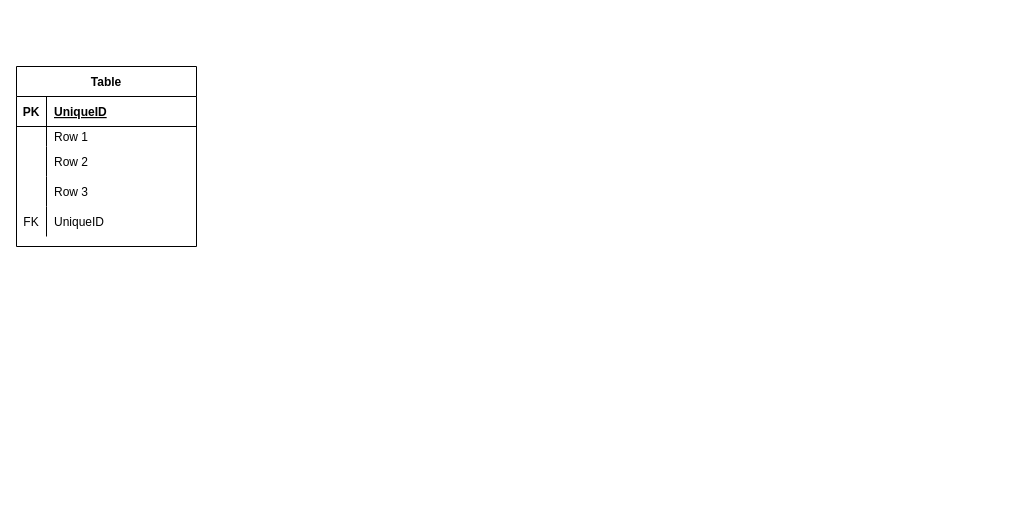
This is Draft_db.drawio from solimooes/Notarex, a draw.io file, before an edit. Source tidied: cells renumbered, new cells numbered last; positions are measured from the earlier drawing's top-left corner, leaving out a move shared by most shapes. Both pictures are drawn from the tidied source at 100%, with x=0, y=0 at pixel (16, 66).
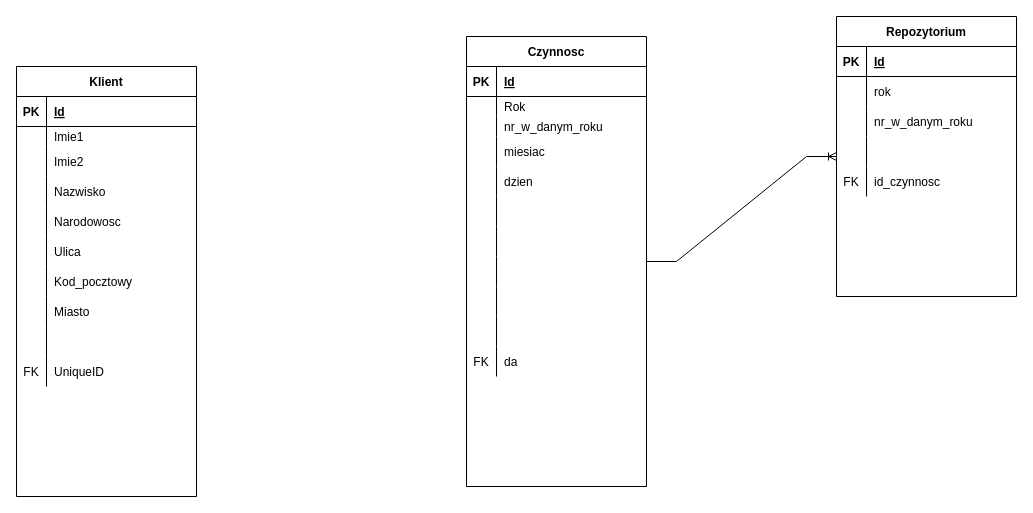
After the change.

The change refers to these unchanged cells:
```xml
<mxCell id="3" style="shape=tableRow;horizontal=0;startSize=0;swimlaneHead=0;swimlaneBody=0;fillColor=none;top=0;left=0;right=0;bottom=1;" parent="2" vertex="1">
  <mxGeometry y="30" width="180" height="30" as="geometry" />
</mxCell>
<mxCell id="6" style="shape=tableRow;horizontal=0;startSize=0;swimlaneHead=0;swimlaneBody=0;fillColor=none;top=0;left=0;right=0;bottom=0;" parent="2" vertex="1">
  <mxGeometry y="60" width="180" height="20" as="geometry" />
</mxCell>
<mxCell id="9" style="shape=tableRow;horizontal=0;startSize=0;swimlaneHead=0;swimlaneBody=0;fillColor=none;top=0;left=0;right=0;bottom=0;" parent="2" vertex="1">
  <mxGeometry y="80" width="180" height="30" as="geometry" />
</mxCell>
```

The edit, as a diff of the source:
```diff
@@
-    <mxCell id="2" value="Table" style="shape=table;startSize=30;childLayout=tableLayout;rowLines=0;fontStyle=1;align=center;" parent="1" vertex="1">
-      <mxGeometry width="180" height="180" as="geometry" />
+    <mxCell id="2" value="Klient" style="shape=table;startSize=30;childLayout=tableLayout;rowLines=0;fontStyle=1;align=center;" parent="1" vertex="1">
+      <mxGeometry width="180" height="430" as="geometry" />
     </mxCell>
@@
-    <mxCell id="5" value="UniqueID" style="shape=partialRectangle;fillColor=none;top=0;left=0;bottom=0;right=0;align=left;spacingLeft=6;fontStyle=5;overflow=hidden;" parent="3" vertex="1">
+    <mxCell id="5" value="Id" style="shape=partialRectangle;fillColor=none;top=0;left=0;bottom=0;right=0;align=left;spacingLeft=6;fontStyle=5;overflow=hidden;" parent="3" vertex="1">
       <mxGeometry x="30" width="150" height="30" as="geometry" />
     </mxCell>
@@
-    <mxCell id="8" value="Row 1" style="shape=partialRectangle;fillColor=none;top=0;left=0;bottom=0;right=0;align=left;spacingLeft=6;overflow=hidden;" parent="6" vertex="1">
+    <mxCell id="8" value="Imie1" style="shape=partialRectangle;fillColor=none;top=0;left=0;bottom=0;right=0;align=left;spacingLeft=6;overflow=hidden;" parent="6" vertex="1">
       <mxGeometry x="30" width="150" height="20" as="geometry" />
     </mxCell>
@@
-    <mxCell id="11" value="Row 2" style="shape=partialRectangle;fillColor=none;top=0;left=0;bottom=0;right=0;align=left;spacingLeft=6;overflow=hidden;" parent="9" vertex="1">
+    <mxCell id="11" value="Imie2" style="shape=partialRectangle;fillColor=none;top=0;left=0;bottom=0;right=0;align=left;spacingLeft=6;overflow=hidden;" parent="9" vertex="1">
       <mxGeometry x="30" width="150" height="30" as="geometry" />
     </mxCell>
+    <mxCell id="18" style="shape=tableRow;horizontal=0;startSize=0;swimlaneHead=0;swimlaneBody=0;fillColor=none;top=0;left=0;right=0;bottom=0;" parent="2" vertex="1">
+      <mxGeometry y="110" width="180" height="30" as="geometry" />
+    </mxCell>
+    <mxCell id="19" style="shape=partialRectangle;fillColor=none;top=0;left=0;bottom=0;right=0;overflow=hidden;" parent="18" vertex="1">
+      <mxGeometry width="30" height="30" as="geometry" />
+    </mxCell>
+    <mxCell id="20" value="Nazwisko" style="shape=partialRectangle;fillColor=none;top=0;left=0;bottom=0;right=0;align=left;spacingLeft=6;overflow=hidden;" parent="18" vertex="1">
+      <mxGeometry x="30" width="150" height="30" as="geometry" />
+    </mxCell>
+    <mxCell id="21" style="shape=tableRow;horizontal=0;startSize=0;swimlaneHead=0;swimlaneBody=0;fillColor=none;top=0;left=0;right=0;bottom=0;" parent="2" vertex="1">
+      <mxGeometry y="140" width="180" height="30" as="geometry" />
+    </mxCell>
+    <mxCell id="22" style="shape=partialRectangle;fillColor=none;top=0;left=0;bottom=0;right=0;overflow=hidden;" parent="21" vertex="1">
+      <mxGeometry width="30" height="30" as="geometry" />
+    </mxCell>
+    <mxCell id="23" value="Narodowosc    " style="shape=partialRectangle;fillColor=none;top=0;left=0;bottom=0;right=0;align=left;spacingLeft=6;overflow=hidden;" parent="21" vertex="1">
+      <mxGeometry x="30" width="150" height="30" as="geometry" />
+    </mxCell>
+    <mxCell id="24" style="shape=tableRow;horizontal=0;startSize=0;swimlaneHead=0;swimlaneBody=0;fillColor=none;top=0;left=0;right=0;bottom=0;" parent="2" vertex="1">
+      <mxGeometry y="170" width="180" height="30" as="geometry" />
+    </mxCell>
+    <mxCell id="25" style="shape=partialRectangle;fillColor=none;top=0;left=0;bottom=0;right=0;overflow=hidden;" parent="24" vertex="1">
+      <mxGeometry width="30" height="30" as="geometry" />
+    </mxCell>
+    <mxCell id="26" value="Ulica" style="shape=partialRectangle;fillColor=none;top=0;left=0;bottom=0;right=0;align=left;spacingLeft=6;overflow=hidden;" parent="24" vertex="1">
+      <mxGeometry x="30" width="150" height="30" as="geometry" />
+    </mxCell>
+    <mxCell id="27" style="shape=tableRow;horizontal=0;startSize=0;swimlaneHead=0;swimlaneBody=0;fillColor=none;top=0;left=0;right=0;bottom=0;" parent="2" vertex="1">
+      <mxGeometry y="200" width="180" height="30" as="geometry" />
+    </mxCell>
+    <mxCell id="28" style="shape=partialRectangle;fillColor=none;top=0;left=0;bottom=0;right=0;overflow=hidden;" parent="27" vertex="1">
+      <mxGeometry width="30" height="30" as="geometry" />
+    </mxCell>
+    <mxCell id="29" value="Kod_pocztowy" style="shape=partialRectangle;fillColor=none;top=0;left=0;bottom=0;right=0;align=left;spacingLeft=6;overflow=hidden;" parent="27" vertex="1">
+      <mxGeometry x="30" width="150" height="30" as="geometry" />
+    </mxCell>
+    <mxCell id="30" style="shape=tableRow;horizontal=0;startSize=0;swimlaneHead=0;swimlaneBody=0;fillColor=none;top=0;left=0;right=0;bottom=0;" parent="2" vertex="1">
+      <mxGeometry y="230" width="180" height="30" as="geometry" />
+    </mxCell>
+    <mxCell id="31" style="shape=partialRectangle;fillColor=none;top=0;left=0;bottom=0;right=0;overflow=hidden;" parent="30" vertex="1">
+      <mxGeometry width="30" height="30" as="geometry" />
+    </mxCell>
+    <mxCell id="32" value="Miasto" style="shape=partialRectangle;fillColor=none;top=0;left=0;bottom=0;right=0;align=left;spacingLeft=6;overflow=hidden;" parent="30" vertex="1">
+      <mxGeometry x="30" width="150" height="30" as="geometry" />
+    </mxCell>
     <mxCell id="12" style="shape=tableRow;horizontal=0;startSize=0;swimlaneHead=0;swimlaneBody=0;fillColor=none;top=0;left=0;right=0;bottom=0;" parent="2" vertex="1">
-      <mxGeometry y="110" width="180" height="30" as="geometry" />
+      <mxGeometry y="260" width="180" height="30" as="geometry" />
     </mxCell>
@@
-    <mxCell id="14" value="Row 3" style="shape=partialRectangle;fillColor=none;top=0;left=0;bottom=0;right=0;align=left;spacingLeft=6;overflow=hidden;" parent="12" vertex="1">
+    <mxCell id="14" style="shape=partialRectangle;fillColor=none;top=0;left=0;bottom=0;right=0;align=left;spacingLeft=6;overflow=hidden;" parent="12" vertex="1">
       <mxGeometry x="30" width="150" height="30" as="geometry" />
     </mxCell>
     <mxCell id="15" style="shape=tableRow;horizontal=0;startSize=0;swimlaneHead=0;swimlaneBody=0;fillColor=none;top=0;left=0;right=0;bottom=0;" parent="2" vertex="1">
-      <mxGeometry y="140" width="180" height="30" as="geometry" />
+      <mxGeometry y="290" width="180" height="30" as="geometry" />
     </mxCell>
@@
+    <mxCell id="33" value="Czynnosc" style="shape=table;startSize=30;childLayout=tableLayout;rowLines=0;fontStyle=1;align=center;" parent="1" vertex="1">
+      <mxGeometry x="450" y="-30" width="180" height="450" as="geometry" />
+    </mxCell>
+    <mxCell id="34" style="shape=tableRow;horizontal=0;startSize=0;swimlaneHead=0;swimlaneBody=0;fillColor=none;top=0;left=0;right=0;bottom=1;" parent="33" vertex="1">
+      <mxGeometry y="30" width="180" height="30" as="geometry" />
+    </mxCell>
+    <mxCell id="35" value="PK" style="shape=partialRectangle;fillColor=none;top=0;left=0;bottom=0;right=0;fontStyle=1;overflow=hidden;" parent="34" vertex="1">
+      <mxGeometry width="30" height="30" as="geometry" />
+    </mxCell>
+    <mxCell id="36" value="Id" style="shape=partialRectangle;fillColor=none;top=0;left=0;bottom=0;right=0;align=left;spacingLeft=6;fontStyle=5;overflow=hidden;" parent="34" vertex="1">
+      <mxGeometry x="30" width="150" height="30" as="geometry" />
+    </mxCell>
+    <mxCell id="37" style="shape=tableRow;horizontal=0;startSize=0;swimlaneHead=0;swimlaneBody=0;fillColor=none;top=0;left=0;right=0;bottom=0;" parent="33" vertex="1">
+      <mxGeometry y="60" width="180" height="20" as="geometry" />
+    </mxCell>
+    <mxCell id="38" style="shape=partialRectangle;fillColor=none;top=0;left=0;bottom=0;right=0;overflow=hidden;" parent="37" vertex="1">
+      <mxGeometry width="30" height="20" as="geometry" />
+    </mxCell>
+    <mxCell id="39" value="Rok" style="shape=partialRectangle;fillColor=none;top=0;left=0;bottom=0;right=0;align=left;spacingLeft=6;overflow=hidden;" parent="37" vertex="1">
+      <mxGeometry x="30" width="150" height="20" as="geometry" />
+    </mxCell>
+    <mxCell id="40" style="shape=tableRow;horizontal=0;startSize=0;swimlaneHead=0;swimlaneBody=0;fillColor=none;top=0;left=0;right=0;bottom=0;" parent="33" vertex="1">
+      <mxGeometry y="80" width="180" height="20" as="geometry" />
+    </mxCell>
+    <mxCell id="41" style="shape=partialRectangle;fillColor=none;top=0;left=0;bottom=0;right=0;overflow=hidden;" parent="40" vertex="1">
+      <mxGeometry width="30" height="20" as="geometry" />
+    </mxCell>
+    <mxCell id="42" value="nr_w_danym_roku" style="shape=partialRectangle;fillColor=none;top=0;left=0;bottom=0;right=0;align=left;spacingLeft=6;overflow=hidden;" parent="40" vertex="1">
+      <mxGeometry x="30" width="150" height="20" as="geometry" />
+    </mxCell>
+    <mxCell id="43" style="shape=tableRow;horizontal=0;startSize=0;swimlaneHead=0;swimlaneBody=0;fillColor=none;top=0;left=0;right=0;bottom=0;" parent="33" vertex="1">
+      <mxGeometry y="100" width="180" height="30" as="geometry" />
+    </mxCell>
+    <mxCell id="44" style="shape=partialRectangle;fillColor=none;top=0;left=0;bottom=0;right=0;overflow=hidden;" parent="43" vertex="1">
+      <mxGeometry width="30" height="30" as="geometry" />
+    </mxCell>
+    <mxCell id="45" value="miesiac" style="shape=partialRectangle;fillColor=none;top=0;left=0;bottom=0;right=0;align=left;spacingLeft=6;overflow=hidden;" parent="43" vertex="1">
+      <mxGeometry x="30" width="150" height="30" as="geometry" />
+    </mxCell>
+    <mxCell id="46" style="shape=tableRow;horizontal=0;startSize=0;swimlaneHead=0;swimlaneBody=0;fillColor=none;top=0;left=0;right=0;bottom=0;" parent="33" vertex="1">
+      <mxGeometry y="130" width="180" height="30" as="geometry" />
+    </mxCell>
+    <mxCell id="47" style="shape=partialRectangle;fillColor=none;top=0;left=0;bottom=0;right=0;overflow=hidden;" parent="46" vertex="1">
+      <mxGeometry width="30" height="30" as="geometry" />
+    </mxCell>
+    <mxCell id="48" value="dzien" style="shape=partialRectangle;fillColor=none;top=0;left=0;bottom=0;right=0;align=left;spacingLeft=6;overflow=hidden;" parent="46" vertex="1">
+      <mxGeometry x="30" width="150" height="30" as="geometry" />
+    </mxCell>
+    <mxCell id="49" style="shape=tableRow;horizontal=0;startSize=0;swimlaneHead=0;swimlaneBody=0;fillColor=none;top=0;left=0;right=0;bottom=0;" parent="33" vertex="1">
+      <mxGeometry y="160" width="180" height="30" as="geometry" />
+    </mxCell>
+    <mxCell id="50" style="shape=partialRectangle;fillColor=none;top=0;left=0;bottom=0;right=0;overflow=hidden;" parent="49" vertex="1">
+      <mxGeometry width="30" height="30" as="geometry" />
+    </mxCell>
+    <mxCell id="51" style="shape=partialRectangle;fillColor=none;top=0;left=0;bottom=0;right=0;align=left;spacingLeft=6;overflow=hidden;" parent="49" vertex="1">
+      <mxGeometry x="30" width="150" height="30" as="geometry" />
+    </mxCell>
+    <mxCell id="52" style="shape=tableRow;horizontal=0;startSize=0;swimlaneHead=0;swimlaneBody=0;fillColor=none;top=0;left=0;right=0;bottom=0;" parent="33" vertex="1">
+      <mxGeometry y="190" width="180" height="30" as="geometry" />
+    </mxCell>
+    <mxCell id="53" style="shape=partialRectangle;fillColor=none;top=0;left=0;bottom=0;right=0;overflow=hidden;" parent="52" vertex="1">
+      <mxGeometry width="30" height="30" as="geometry" />
+    </mxCell>
+    <mxCell id="54" style="shape=partialRectangle;fillColor=none;top=0;left=0;bottom=0;right=0;align=left;spacingLeft=6;overflow=hidden;" parent="52" vertex="1">
+      <mxGeometry x="30" width="150" height="30" as="geometry" />
+    </mxCell>
+    <mxCell id="55" style="shape=tableRow;horizontal=0;startSize=0;swimlaneHead=0;swimlaneBody=0;fillColor=none;top=0;left=0;right=0;bottom=0;" parent="33" vertex="1">
+      <mxGeometry y="220" width="180" height="30" as="geometry" />
+    </mxCell>
+    <mxCell id="56" style="shape=partialRectangle;fillColor=none;top=0;left=0;bottom=0;right=0;overflow=hidden;" parent="55" vertex="1">
+      <mxGeometry width="30" height="30" as="geometry" />
+    </mxCell>
+    <mxCell id="57" style="shape=partialRectangle;fillColor=none;top=0;left=0;bottom=0;right=0;align=left;spacingLeft=6;overflow=hidden;" parent="55" vertex="1">
+      <mxGeometry x="30" width="150" height="30" as="geometry" />
+    </mxCell>
+    <mxCell id="58" style="shape=tableRow;horizontal=0;startSize=0;swimlaneHead=0;swimlaneBody=0;fillColor=none;top=0;left=0;right=0;bottom=0;" parent="33" vertex="1">
+      <mxGeometry y="250" width="180" height="30" as="geometry" />
+    </mxCell>
+    <mxCell id="59" style="shape=partialRectangle;fillColor=none;top=0;left=0;bottom=0;right=0;overflow=hidden;" parent="58" vertex="1">
+      <mxGeometry width="30" height="30" as="geometry" />
+    </mxCell>
+    <mxCell id="60" style="shape=partialRectangle;fillColor=none;top=0;left=0;bottom=0;right=0;align=left;spacingLeft=6;overflow=hidden;" parent="58" vertex="1">
+      <mxGeometry x="30" width="150" height="30" as="geometry" />
+    </mxCell>
+    <mxCell id="61" style="shape=tableRow;horizontal=0;startSize=0;swimlaneHead=0;swimlaneBody=0;fillColor=none;top=0;left=0;right=0;bottom=0;" parent="33" vertex="1">
+      <mxGeometry y="280" width="180" height="30" as="geometry" />
+    </mxCell>
+    <mxCell id="62" style="shape=partialRectangle;fillColor=none;top=0;left=0;bottom=0;right=0;overflow=hidden;" parent="61" vertex="1">
+      <mxGeometry width="30" height="30" as="geometry" />
+    </mxCell>
+    <mxCell id="63" style="shape=partialRectangle;fillColor=none;top=0;left=0;bottom=0;right=0;align=left;spacingLeft=6;overflow=hidden;" parent="61" vertex="1">
+      <mxGeometry x="30" width="150" height="30" as="geometry" />
+    </mxCell>
+    <mxCell id="64" style="shape=tableRow;horizontal=0;startSize=0;swimlaneHead=0;swimlaneBody=0;fillColor=none;top=0;left=0;right=0;bottom=0;" parent="33" vertex="1">
+      <mxGeometry y="310" width="180" height="30" as="geometry" />
+    </mxCell>
+    <mxCell id="65" value="FK" style="shape=partialRectangle;fillColor=none;top=0;left=0;bottom=0;right=0;fontStyle=0;overflow=hidden;" parent="64" vertex="1">
+      <mxGeometry width="30" height="30" as="geometry" />
+    </mxCell>
+    <mxCell id="66" value="da" style="shape=partialRectangle;fillColor=none;top=0;left=0;bottom=0;right=0;align=left;spacingLeft=6;fontStyle=0;overflow=hidden;" parent="64" vertex="1">
+      <mxGeometry x="30" width="150" height="30" as="geometry" />
+    </mxCell>
+    <mxCell id="67" value="Repozytorium" style="shape=table;startSize=30;childLayout=tableLayout;rowLines=0;fontStyle=1;align=center;" parent="1" vertex="1">
+      <mxGeometry x="820" y="-50" width="180" height="280" as="geometry" />
+    </mxCell>
+    <mxCell id="68" style="shape=tableRow;horizontal=0;startSize=0;swimlaneHead=0;swimlaneBody=0;fillColor=none;top=0;left=0;right=0;bottom=1;" parent="67" vertex="1">
+      <mxGeometry y="30" width="180" height="30" as="geometry" />
+    </mxCell>
+    <mxCell id="69" value="PK" style="shape=partialRectangle;fillColor=none;top=0;left=0;bottom=0;right=0;fontStyle=1;overflow=hidden;" parent="68" vertex="1">
+      <mxGeometry width="30" height="30" as="geometry" />
+    </mxCell>
+    <mxCell id="70" value="Id" style="shape=partialRectangle;fillColor=none;top=0;left=0;bottom=0;right=0;align=left;spacingLeft=6;fontStyle=5;overflow=hidden;" parent="68" vertex="1">
+      <mxGeometry x="30" width="150" height="30" as="geometry" />
+    </mxCell>
+    <mxCell id="71" style="shape=tableRow;horizontal=0;startSize=0;swimlaneHead=0;swimlaneBody=0;fillColor=none;top=0;left=0;right=0;bottom=0;" parent="67" vertex="1">
+      <mxGeometry y="60" width="180" height="30" as="geometry" />
+    </mxCell>
+    <mxCell id="72" style="shape=partialRectangle;fillColor=none;top=0;left=0;bottom=0;right=0;overflow=hidden;" parent="71" vertex="1">
+      <mxGeometry width="30" height="30" as="geometry" />
+    </mxCell>
+    <mxCell id="73" value="rok" style="shape=partialRectangle;fillColor=none;top=0;left=0;bottom=0;right=0;align=left;spacingLeft=6;overflow=hidden;" parent="71" vertex="1">
+      <mxGeometry x="30" width="150" height="30" as="geometry" />
+    </mxCell>
+    <mxCell id="74" style="shape=tableRow;horizontal=0;startSize=0;swimlaneHead=0;swimlaneBody=0;fillColor=none;top=0;left=0;right=0;bottom=0;" parent="67" vertex="1">
+      <mxGeometry y="90" width="180" height="30" as="geometry" />
+    </mxCell>
+    <mxCell id="75" style="shape=partialRectangle;fillColor=none;top=0;left=0;bottom=0;right=0;overflow=hidden;" parent="74" vertex="1">
+      <mxGeometry width="30" height="30" as="geometry" />
+    </mxCell>
+    <mxCell id="76" value="nr_w_danym_roku" style="shape=partialRectangle;fillColor=none;top=0;left=0;bottom=0;right=0;align=left;spacingLeft=6;overflow=hidden;" parent="74" vertex="1">
+      <mxGeometry x="30" width="150" height="30" as="geometry" />
+    </mxCell>
+    <mxCell id="77" style="shape=tableRow;horizontal=0;startSize=0;swimlaneHead=0;swimlaneBody=0;fillColor=none;top=0;left=0;right=0;bottom=0;" parent="67" vertex="1">
+      <mxGeometry y="120" width="180" height="30" as="geometry" />
+    </mxCell>
+    <mxCell id="78" style="shape=partialRectangle;fillColor=none;top=0;left=0;bottom=0;right=0;overflow=hidden;" parent="77" vertex="1">
+      <mxGeometry width="30" height="30" as="geometry" />
+    </mxCell>
+    <mxCell id="79" style="shape=partialRectangle;fillColor=none;top=0;left=0;bottom=0;right=0;align=left;spacingLeft=6;overflow=hidden;" parent="77" vertex="1">
+      <mxGeometry x="30" width="150" height="30" as="geometry" />
+    </mxCell>
+    <mxCell id="80" style="shape=tableRow;horizontal=0;startSize=0;swimlaneHead=0;swimlaneBody=0;fillColor=none;top=0;left=0;right=0;bottom=0;" parent="67" vertex="1">
+      <mxGeometry y="150" width="180" height="30" as="geometry" />
+    </mxCell>
+    <mxCell id="81" value="FK" style="shape=partialRectangle;fillColor=none;top=0;left=0;bottom=0;right=0;fontStyle=0;overflow=hidden;" parent="80" vertex="1">
+      <mxGeometry width="30" height="30" as="geometry" />
+    </mxCell>
+    <mxCell id="82" value="id_czynnosc" style="shape=partialRectangle;fillColor=none;top=0;left=0;bottom=0;right=0;align=left;spacingLeft=6;fontStyle=0;overflow=hidden;" parent="80" vertex="1">
+      <mxGeometry x="30" width="150" height="30" as="geometry" />
+    </mxCell>
+    <mxCell id="83" style="edgeStyle=entityRelationEdgeStyle;fontSize=12;html=1;endArrow=ERoneToMany;rounded=0;" parent="1" edge="1" source="33" target="67">
+      <mxGeometry relative="1" as="geometry" />
+    </mxCell>
```
